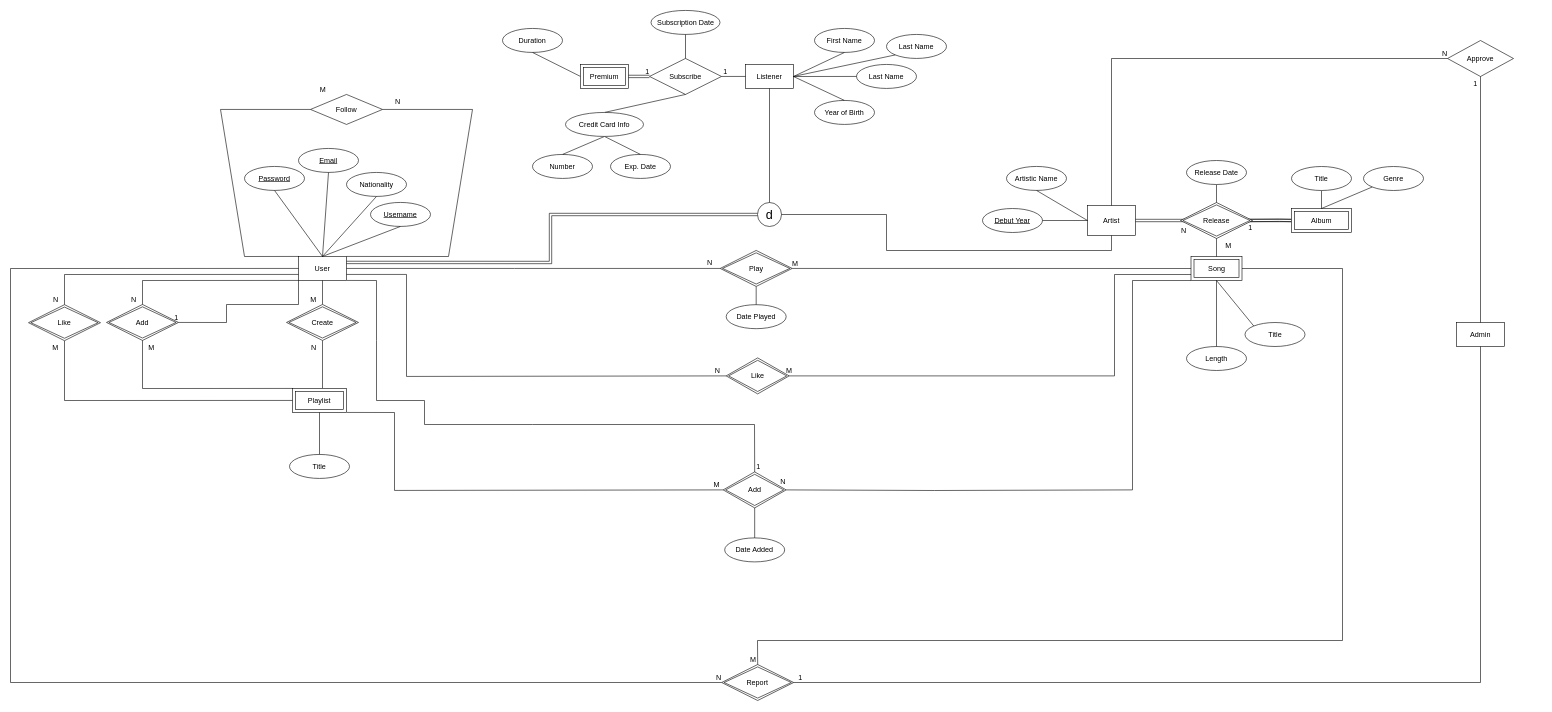
Above: ER Diagram.drawio in BehrouzGhamkhar/database-project (draw.io), before the change. Source tidied: cells renumbered, new cells numbered last; positions are measured from the earlier drawing's top-left corner, leaving out a move shared by most shapes. Both pictures are drawn from the tidied source at 60%, with x=0, y=0 at pixel (10, 10).
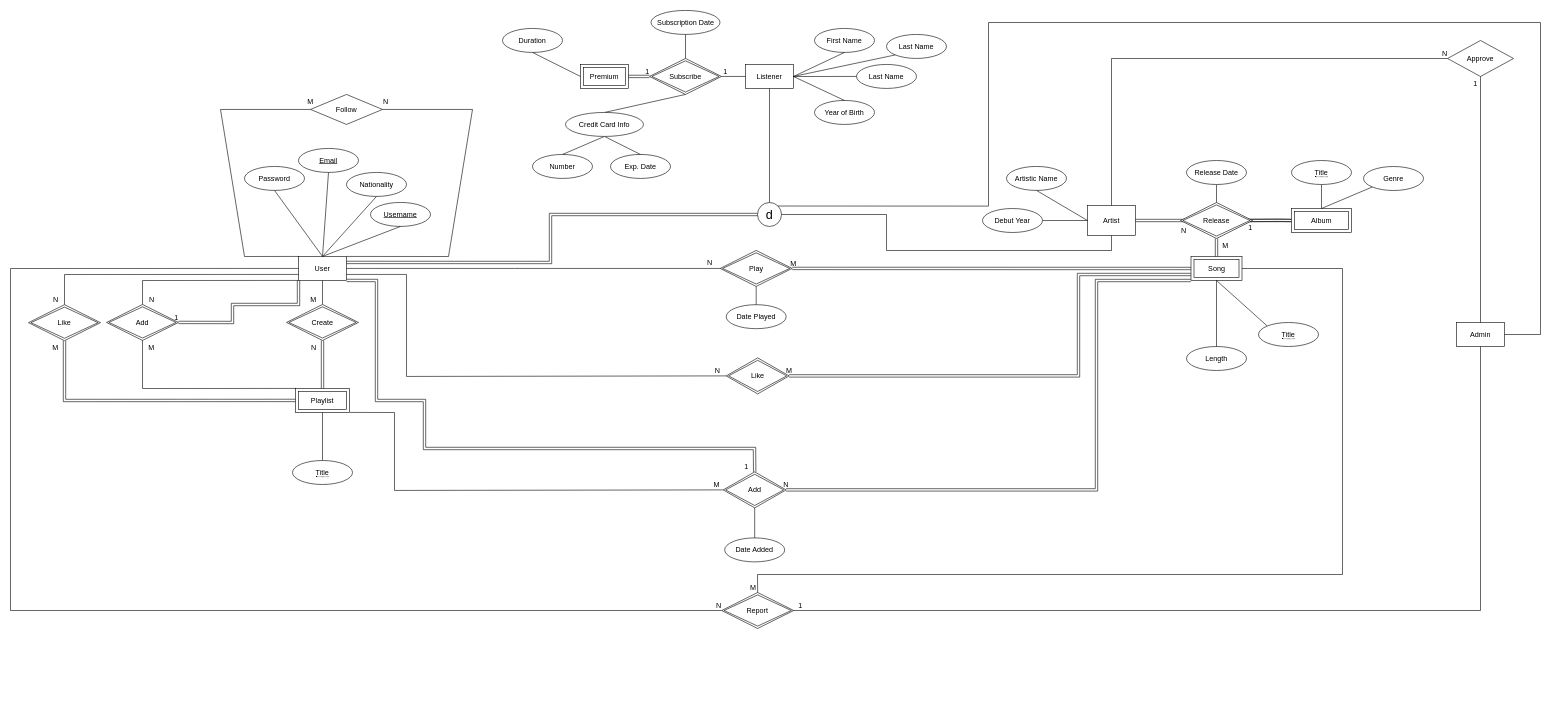
The same diagram, later.

Commit message:
The ER diagram was completed

Unchanged cells that the change refers to:
```xml
<mxCell id="2" value="Artist" style="whiteSpace=wrap;html=1;align=center;" parent="1" vertex="1">
  <mxGeometry x="1795" y="325" width="80" height="50" as="geometry" />
</mxCell>
<mxCell id="4" value="User" style="whiteSpace=wrap;html=1;align=center;" parent="1" vertex="1">
  <mxGeometry x="480" y="409.9" width="80" height="40" as="geometry" />
</mxCell>
<mxCell id="9" style="endArrow=none;html=1;rounded=0;shape=link;" parent="1" edge="1">
  <mxGeometry relative="1" as="geometry">
    <mxPoint x="2055" y="350" as="sourcePoint" />
    <mxPoint x="2135" y="350" as="targetPoint" />
    <Array as="points">
      <mxPoint x="2115" y="349.5" />
    </Array>
  </mxGeometry>
</mxCell>
<mxCell id="13" style="endArrow=none;html=1;rounded=0;entryX=0;entryY=0;entryDx=0;entryDy=0;exitX=0;exitY=0.5;exitDx=0;exitDy=0;" parent="1" edge="1" source="12" target="4">
  <mxGeometry relative="1" as="geometry">
    <Array as="points">
      <mxPoint x="350" y="164.9" />
      <mxPoint x="390" y="410" />
    </Array>
  </mxGeometry>
</mxCell>
<mxCell id="23" value="Admin" style="whiteSpace=wrap;html=1;align=center;" parent="1" vertex="1">
  <mxGeometry x="2410" y="520" width="80" height="40" as="geometry" />
</mxCell>
<mxCell id="46" value="Album" style="shape=ext;margin=3;double=1;whiteSpace=wrap;html=1;align=center;" parent="1" vertex="1">
  <mxGeometry x="2135" y="330" width="100" height="40" as="geometry" />
</mxCell>
<mxCell id="47" value="Add" style="shape=rhombus;double=1;perimeter=rhombusPerimeter;whiteSpace=wrap;html=1;align=center;" parent="1" vertex="1">
  <mxGeometry x="1187.8" y="769" width="105" height="60" as="geometry" />
</mxCell>
<mxCell id="48" value="Create" style="shape=rhombus;double=1;perimeter=rhombusPerimeter;whiteSpace=wrap;html=1;align=center;" parent="1" vertex="1">
  <mxGeometry x="460" y="489.9" width="120" height="60" as="geometry" />
</mxCell>
<mxCell id="49" value="Like" style="shape=rhombus;double=1;perimeter=rhombusPerimeter;whiteSpace=wrap;html=1;align=center;" parent="1" vertex="1">
  <mxGeometry x="30" y="490.3" width="120" height="60" as="geometry" />
</mxCell>
<mxCell id="50" value="Release" style="shape=rhombus;double=1;perimeter=rhombusPerimeter;whiteSpace=wrap;html=1;align=center;" parent="1" vertex="1">
  <mxGeometry x="1950" y="320" width="120" height="60" as="geometry" />
</mxCell>
<mxCell id="51" value="Song" style="shape=ext;margin=3;double=1;whiteSpace=wrap;html=1;align=center;" parent="1" vertex="1">
  <mxGeometry x="1967.5" y="410" width="85" height="40" as="geometry" />
</mxCell>
<mxCell id="52" value="Like" style="shape=rhombus;double=1;perimeter=rhombusPerimeter;whiteSpace=wrap;html=1;align=center;" parent="1" vertex="1">
  <mxGeometry x="1192.8" y="579" width="105" height="60" as="geometry" />
</mxCell>
<mxCell id="105" value="Add" style="shape=rhombus;double=1;perimeter=rhombusPerimeter;whiteSpace=wrap;html=1;align=center;" parent="1" vertex="1">
  <mxGeometry x="160" y="489.9" width="120" height="60" as="geometry" />
</mxCell>
<mxCell id="108" style="endArrow=none;html=1;rounded=0;entryX=0.5;entryY=0;entryDx=0;entryDy=0;exitX=0;exitY=1;exitDx=0;exitDy=0;" parent="1" edge="1" source="4" target="105">
  <mxGeometry relative="1" as="geometry">
    <Array as="points">
      <mxPoint x="220" y="450" />
    </Array>
  </mxGeometry>
</mxCell>
<mxCell id="119" value="&lt;font style=&quot;font-size: 21px&quot;&gt;d&lt;/font&gt;" style="ellipse;whiteSpace=wrap;html=1;align=center;" parent="1" vertex="1">
  <mxGeometry x="1245" y="320" width="40" height="40" as="geometry" />
</mxCell>
<mxCell id="123" value="Play" style="shape=rhombus;double=1;perimeter=rhombusPerimeter;whiteSpace=wrap;html=1;align=center;" parent="1" vertex="1">
  <mxGeometry x="1182.8" y="399.9" width="120" height="60" as="geometry" />
</mxCell>
```

Diff of the diagram source:
```diff
@@
-    <mxCell id="10" value="M" style="html=1;align=right;verticalAlign=bottom;" parent="9" vertex="1">
-      <mxGeometry x="1" relative="1" as="geometry">
-        <mxPoint x="-100" y="50" as="offset" />
-      </mxGeometry>
-    </mxCell>
@@
     <mxCell id="14" value="M" style="html=1;align=right;verticalAlign=bottom;" parent="13" vertex="1">
       <mxGeometry x="1" relative="1" as="geometry">
-        <mxPoint x="46" y="-270" as="offset" />
+        <mxPoint x="25.4" y="-249.9" as="offset" />
       </mxGeometry>
     </mxCell>
     <mxCell id="15" value="N" style="html=1;align=right;verticalAlign=bottom;" parent="1" vertex="1">
-      <mxGeometry x="660" y="139.9" as="geometry">
+      <mxGeometry x="640" y="139.9" as="geometry">
         <mxPoint x="-10" y="20" as="offset" />
       </mxGeometry>
     </mxCell>
@@
-    <mxCell id="18" style="endArrow=none;html=1;rounded=0;exitX=0.5;exitY=1;exitDx=0;exitDy=0;entryX=0.5;entryY=0;entryDx=0;entryDy=0;" parent="1" edge="1">
-      <mxGeometry relative="1" as="geometry">
-        <mxPoint x="520" y="549.9" as="sourcePoint" />
-        <mxPoint x="520" y="629.9" as="targetPoint" />
-      </mxGeometry>
-    </mxCell>
-    <mxCell id="19" value="N" style="html=1;align=right;verticalAlign=bottom;" parent="18" vertex="1">
-      <mxGeometry x="1" relative="1" as="geometry">
-        <mxPoint x="-10" y="-60" as="offset" />
-      </mxGeometry>
-    </mxCell>
-    <mxCell id="20" value="Subscribe" style="shape=rhombus;perimeter=rhombusPerimeter;whiteSpace=wrap;html=1;align=center;" parent="1" vertex="1">
-      <mxGeometry x="1065" y="79.9" width="120" height="60" as="geometry" />
-    </mxCell>
@@
-    <mxCell id="24" style="endArrow=none;html=1;rounded=0;entryX=1;entryY=0.5;entryDx=0;entryDy=0;exitX=0;exitY=0.5;exitDx=0;exitDy=0;" parent="1" edge="1" source="51" target="123">
-      <mxGeometry relative="1" as="geometry" />
-    </mxCell>
-    <mxCell id="25" value="M" style="html=1;align=right;verticalAlign=bottom;" parent="24" vertex="1">
-      <mxGeometry x="1" relative="1" as="geometry">
-        <mxPoint x="10.4" as="offset" />
-      </mxGeometry>
-    </mxCell>
@@
-    <mxCell id="28" style="endArrow=none;html=1;rounded=0;entryX=1;entryY=0.5;entryDx=0;entryDy=0;exitX=0;exitY=0.75;exitDx=0;exitDy=0;" parent="1" edge="1" source="51" target="52">
-      <mxGeometry relative="1" as="geometry">
-        <Array as="points">
-          <mxPoint x="1840" y="440" />
-          <mxPoint x="1840" y="609" />
-        </Array>
-      </mxGeometry>
-    </mxCell>
-    <mxCell id="29" value="M" style="html=1;align=right;verticalAlign=bottom;" parent="28" vertex="1">
-      <mxGeometry x="1" relative="1" as="geometry">
-        <mxPoint x="5.2" y="-0.1" as="offset" />
-      </mxGeometry>
-    </mxCell>
-    <mxCell id="30" style="endArrow=none;html=1;rounded=0;entryX=1;entryY=0.5;entryDx=0;entryDy=0;exitX=0;exitY=1;exitDx=0;exitDy=0;" parent="1" edge="1" source="51" target="47">
-      <mxGeometry relative="1" as="geometry">
-        <Array as="points">
-          <mxPoint x="1870" y="450" />
-          <mxPoint x="1870" y="799" />
-          <mxPoint x="1540" y="800" />
-        </Array>
-      </mxGeometry>
-    </mxCell>
-    <mxCell id="31" value="N" style="html=1;align=right;verticalAlign=bottom;" parent="30" vertex="1">
-      <mxGeometry x="1" relative="1" as="geometry">
-        <mxPoint x="-0.1" y="-4.9" as="offset" />
-      </mxGeometry>
-    </mxCell>
@@
-    <mxCell id="43" style="endArrow=none;html=1;rounded=0;entryX=0.5;entryY=1;entryDx=0;entryDy=0;exitX=0;exitY=0.5;exitDx=0;exitDy=0;" parent="1" edge="1" target="49">
-      <mxGeometry relative="1" as="geometry">
-        <mxPoint x="480" y="649.9" as="sourcePoint" />
-        <Array as="points">
-          <mxPoint x="90" y="650" />
-        </Array>
-      </mxGeometry>
-    </mxCell>
-    <mxCell id="44" value="M" style="html=1;align=right;verticalAlign=bottom;" parent="43" vertex="1">
-      <mxGeometry x="1" relative="1" as="geometry">
-        <mxPoint x="-10" y="20" as="offset" />
-      </mxGeometry>
-    </mxCell>
     <mxCell id="45" value="Playlist" style="shape=ext;margin=3;double=1;whiteSpace=wrap;html=1;align=center;" parent="1" vertex="1">
-      <mxGeometry x="470" y="629.9" width="90" height="40" as="geometry" />
+      <mxGeometry x="475" y="629.9" width="90" height="40" as="geometry" />
     </mxCell>
@@
-    <mxCell id="55" style="endArrow=none;html=1;rounded=0;entryX=0.5;entryY=0;entryDx=0;entryDy=0;exitX=0.5;exitY=1;exitDx=0;exitDy=0;" parent="1" edge="1" target="46">
-      <mxGeometry relative="1" as="geometry">
-        <mxPoint x="2185" y="300" as="sourcePoint" />
-      </mxGeometry>
+    <mxCell id="55" style="endArrow=none;html=1;rounded=0;entryX=0.5;entryY=0;entryDx=0;entryDy=0;exitX=0.5;exitY=1;exitDx=0;exitDy=0;" parent="1" edge="1" source="135" target="46">
+      <mxGeometry relative="1" as="geometry" />
     </mxCell>
@@
-    <mxCell id="57" value="Title" style="ellipse;whiteSpace=wrap;html=1;align=center;" parent="1" vertex="1">
-      <mxGeometry x="2135" y="260" width="100" height="40" as="geometry" />
-    </mxCell>
@@
-    <mxCell id="59" value="Title" style="ellipse;whiteSpace=wrap;html=1;align=center;" parent="1" vertex="1">
-      <mxGeometry x="2057.5" y="520" width="100" height="40" as="geometry" />
-    </mxCell>
-    <mxCell id="60" style="endArrow=none;html=1;rounded=0;entryX=0;entryY=0;entryDx=0;entryDy=0;exitX=0.5;exitY=1;exitDx=0;exitDy=0;" parent="1" edge="1" source="51" target="59">
+    <mxCell id="60" style="endArrow=none;html=1;rounded=0;entryX=0;entryY=0;entryDx=0;entryDy=0;exitX=0.5;exitY=1;exitDx=0;exitDy=0;" parent="1" edge="1" source="51" target="136">
       <mxGeometry relative="1" as="geometry" />
     </mxCell>
@@
-    <mxCell id="63" style="endArrow=none;html=1;rounded=0;entryX=0.5;entryY=1;entryDx=0;entryDy=0;exitX=0.5;exitY=0;exitDx=0;exitDy=0;" parent="1" edge="1" source="51" target="50">
-      <mxGeometry relative="1" as="geometry" />
-    </mxCell>
-    <mxCell id="64" value="Title" style="ellipse;whiteSpace=wrap;html=1;align=center;" parent="1" vertex="1">
-      <mxGeometry x="465" y="739.9" width="100" height="40" as="geometry" />
-    </mxCell>
-    <mxCell id="65" style="endArrow=none;html=1;rounded=0;entryX=0.5;entryY=0;entryDx=0;entryDy=0;exitX=0.5;exitY=1;exitDx=0;exitDy=0;" parent="1" edge="1" source="45" target="64">
+    <mxCell id="65" style="endArrow=none;html=1;rounded=0;entryX=0.5;entryY=0;entryDx=0;entryDy=0;exitX=0.5;exitY=1;exitDx=0;exitDy=0;" parent="1" edge="1" source="45" target="137">
       <mxGeometry relative="1" as="geometry" />
     </mxCell>
@@
-    <mxCell id="87" value="&lt;u&gt;Password&lt;/u&gt;" style="ellipse;whiteSpace=wrap;html=1;align=center;" parent="1" vertex="1">
+    <mxCell id="87" value="Password" style="ellipse;whiteSpace=wrap;html=1;align=center;" parent="1" vertex="1">
       <mxGeometry x="390" y="259.9" width="100" height="40" as="geometry" />
     </mxCell>
@@
-    <mxCell id="99" value="Debut Year" style="ellipse;whiteSpace=wrap;html=1;align=center;fontStyle=4;" parent="1" vertex="1">
-      <mxGeometry x="1620" y="330" width="100" height="40" as="geometry" />
-    </mxCell>
-    <mxCell id="100" style="endArrow=none;html=1;rounded=0;entryX=0;entryY=0.5;entryDx=0;entryDy=0;exitX=1;exitY=0.5;exitDx=0;exitDy=0;" parent="1" edge="1" source="99" target="2">
-      <mxGeometry relative="1" as="geometry" />
+    <mxCell id="100" style="endArrow=none;html=1;rounded=0;entryX=0;entryY=0.5;entryDx=0;entryDy=0;exitX=1;exitY=0.5;exitDx=0;exitDy=0;" parent="1" edge="1" target="2">
+      <mxGeometry relative="1" as="geometry">
+        <mxPoint x="1720" y="350" as="sourcePoint" />
+      </mxGeometry>
     </mxCell>
@@
-    <mxCell id="103" style="endArrow=none;html=1;rounded=0;entryX=0.5;entryY=0;entryDx=0;entryDy=0;exitX=1;exitY=1;exitDx=0;exitDy=0;" parent="1" edge="1" source="4" target="47">
-      <mxGeometry relative="1" as="geometry">
-        <Array as="points">
-          <mxPoint x="610" y="450" />
-          <mxPoint x="610" y="550" />
-          <mxPoint x="610" y="650" />
-          <mxPoint x="690" y="650" />
-          <mxPoint x="690" y="690" />
-          <mxPoint x="870" y="690" />
-          <mxPoint x="1240" y="690" />
-        </Array>
-      </mxGeometry>
-    </mxCell>
-    <mxCell id="104" value="1" style="html=1;align=right;verticalAlign=bottom;" parent="103" vertex="1">
-      <mxGeometry x="1" relative="1" as="geometry">
-        <mxPoint x="9.7" y="0.4" as="offset" />
-      </mxGeometry>
-    </mxCell>
@@
-    <mxCell id="106" style="endArrow=none;html=1;rounded=0;entryX=0;entryY=1;entryDx=0;entryDy=0;exitX=1;exitY=0.5;exitDx=0;exitDy=0;" parent="1" edge="1" source="105" target="4">
-      <mxGeometry relative="1" as="geometry">
-        <Array as="points">
-          <mxPoint x="360" y="520" />
-          <mxPoint x="360" y="490" />
-          <mxPoint x="480" y="490" />
-        </Array>
-      </mxGeometry>
-    </mxCell>
-    <mxCell id="107" value="1" style="html=1;align=right;verticalAlign=bottom;" parent="106" vertex="1">
-      <mxGeometry x="1" relative="1" as="geometry">
-        <mxPoint x="-200" y="70.5" as="offset" />
-      </mxGeometry>
-    </mxCell>
@@
     <mxCell id="109" value="N" style="html=1;align=right;verticalAlign=bottom;" parent="108" vertex="1">
       <mxGeometry x="1" relative="1" as="geometry">
-        <mxPoint x="-10" y="-0.1" as="offset" />
+        <mxPoint x="20" y="0.3" as="offset" />
       </mxGeometry>
     </mxCell>
@@
     <mxCell id="112" value="Report" style="shape=rhombus;double=1;perimeter=rhombusPerimeter;whiteSpace=wrap;html=1;align=center;" parent="1" vertex="1">
-      <mxGeometry x="1185.3" y="1090" width="120" height="60" as="geometry" />
+      <mxGeometry x="1185.3" y="970" width="120" height="60" as="geometry" />
     </mxCell>
     <mxCell id="113" style="endArrow=none;html=1;rounded=0;entryX=0;entryY=0.5;entryDx=0;entryDy=0;exitX=0;exitY=0.5;exitDx=0;exitDy=0;" parent="1" edge="1" source="4" target="112">
       <mxGeometry relative="1" as="geometry">
         <Array as="points">
           <mxPoint y="430" />
-          <mxPoint y="1120" />
+          <mxPoint y="1000" />
         </Array>
       </mxGeometry>
     </mxCell>
@@
     <mxCell id="115" style="endArrow=none;html=1;rounded=0;entryX=0.5;entryY=0;entryDx=0;entryDy=0;exitX=1;exitY=0.5;exitDx=0;exitDy=0;" parent="1" edge="1" source="51" target="112">
       <mxGeometry relative="1" as="geometry">
         <Array as="points">
           <mxPoint x="2220" y="430" />
-          <mxPoint x="2220" y="1050" />
-          <mxPoint x="1245" y="1050" />
+          <mxPoint x="2220" y="940" />
+          <mxPoint x="1245" y="940" />
         </Array>
       </mxGeometry>
     </mxCell>
@@
     <mxCell id="117" style="endArrow=none;html=1;rounded=0;entryX=1;entryY=0.5;entryDx=0;entryDy=0;exitX=0.5;exitY=1;exitDx=0;exitDy=0;" parent="1" edge="1" source="23" target="112">
       <mxGeometry relative="1" as="geometry">
         <Array as="points">
-          <mxPoint x="2450" y="1120" />
+          <mxPoint x="2450" y="1000" />
         </Array>
       </mxGeometry>
     </mxCell>
@@
+    <mxCell id="24" style="shape=link;html=1;rounded=0;entryX=1;entryY=0.5;entryDx=0;entryDy=0;exitX=0;exitY=0.5;exitDx=0;exitDy=0;" parent="1" edge="1" source="51" target="123">
+      <mxGeometry relative="1" as="geometry" />
+    </mxCell>
+    <mxCell id="124" value="M" style="html=1;align=right;verticalAlign=bottom;" parent="24" vertex="1">
+      <mxGeometry x="1" relative="1" as="geometry">
+        <mxPoint x="7.5" as="offset" />
+      </mxGeometry>
+    </mxCell>
+    <mxCell id="28" style="shape=link;html=1;rounded=0;entryX=1;entryY=0.5;entryDx=0;entryDy=0;exitX=0;exitY=0.75;exitDx=0;exitDy=0;" parent="1" edge="1" source="51" target="52">
+      <mxGeometry relative="1" as="geometry">
+        <Array as="points">
+          <mxPoint x="1780" y="440" />
+          <mxPoint x="1780" y="609" />
+        </Array>
+      </mxGeometry>
+    </mxCell>
+    <mxCell id="125" value="M" style="html=1;align=right;verticalAlign=bottom;" parent="28" vertex="1">
+      <mxGeometry x="1" relative="1" as="geometry">
+        <mxPoint x="5" as="offset" />
+      </mxGeometry>
+    </mxCell>
+    <mxCell id="103" style="shape=link;html=1;rounded=0;entryX=0.5;entryY=0;entryDx=0;entryDy=0;exitX=1;exitY=1;exitDx=0;exitDy=0;" parent="1" edge="1" source="4" target="47">
+      <mxGeometry relative="1" as="geometry">
+        <Array as="points">
+          <mxPoint x="610" y="450" />
+          <mxPoint x="610" y="650" />
+          <mxPoint x="690" y="650" />
+          <mxPoint x="690" y="730" />
+          <mxPoint x="1240" y="730" />
+        </Array>
+      </mxGeometry>
+    </mxCell>
+    <mxCell id="126" value="1" style="html=1;align=right;verticalAlign=bottom;" parent="103" vertex="1">
+      <mxGeometry x="1" relative="1" as="geometry">
+        <mxPoint x="-10.3" y="-0.3" as="offset" />
+      </mxGeometry>
+    </mxCell>
+    <mxCell id="30" style="shape=link;html=1;rounded=0;entryX=1;entryY=0.5;entryDx=0;entryDy=0;exitX=0;exitY=1;exitDx=0;exitDy=0;" parent="1" edge="1" source="51" target="47">
+      <mxGeometry relative="1" as="geometry">
+        <Array as="points">
+          <mxPoint x="1810" y="450" />
+          <mxPoint x="1810" y="799" />
+        </Array>
+      </mxGeometry>
+    </mxCell>
+    <mxCell id="127" value="N" style="html=1;align=right;verticalAlign=bottom;" parent="30" vertex="1">
+      <mxGeometry x="1" relative="1" as="geometry">
+        <mxPoint x="4.8" as="offset" />
+      </mxGeometry>
+    </mxCell>
+    <mxCell id="128" style="shape=link;html=1;rounded=0;entryX=0.5;entryY=1;entryDx=0;entryDy=0;exitX=0.5;exitY=0;exitDx=0;exitDy=0;" parent="1" edge="1" source="45" target="48">
+      <mxGeometry relative="1" as="geometry" />
+    </mxCell>
+    <mxCell id="129" value="N" style="html=1;align=right;verticalAlign=bottom;" parent="128" vertex="1">
+      <mxGeometry x="1" relative="1" as="geometry">
+        <mxPoint x="-10" y="20.1" as="offset" />
+      </mxGeometry>
+    </mxCell>
+    <mxCell id="130" style="shape=link;html=1;rounded=0;entryX=1;entryY=0.5;entryDx=0;entryDy=0;exitX=0;exitY=1;exitDx=0;exitDy=0;" parent="1" edge="1" source="4" target="105">
+      <mxGeometry relative="1" as="geometry">
+        <Array as="points">
+          <mxPoint x="480" y="490" />
+          <mxPoint x="370" y="490" />
+          <mxPoint x="370" y="520" />
+        </Array>
+      </mxGeometry>
+    </mxCell>
+    <mxCell id="131" value="1" style="html=1;align=right;verticalAlign=bottom;" parent="130" vertex="1">
+      <mxGeometry x="1" relative="1" as="geometry">
+        <mxPoint x="-0.1" as="offset" />
+      </mxGeometry>
+    </mxCell>
+    <mxCell id="132" style="shape=link;html=1;rounded=0;entryX=0.5;entryY=1;entryDx=0;entryDy=0;exitX=0;exitY=0.5;exitDx=0;exitDy=0;" parent="1" edge="1" source="45" target="49">
+      <mxGeometry relative="1" as="geometry">
+        <Array as="points">
+          <mxPoint x="90" y="650" />
+        </Array>
+      </mxGeometry>
+    </mxCell>
+    <mxCell id="133" value="M" style="html=1;align=right;verticalAlign=bottom;" parent="132" vertex="1">
+      <mxGeometry x="1" relative="1" as="geometry">
+        <mxPoint x="-10" y="20" as="offset" />
+      </mxGeometry>
+    </mxCell>
+    <mxCell id="20" value="Subscribe" style="shape=rhombus;double=1;perimeter=rhombusPerimeter;whiteSpace=wrap;html=1;align=center;" parent="1" vertex="1">
+      <mxGeometry x="1065" y="79.9" width="120" height="60" as="geometry" />
+    </mxCell>
+    <mxCell id="63" style="shape=link;html=1;rounded=0;entryX=0.5;entryY=1;entryDx=0;entryDy=0;exitX=0.5;exitY=0;exitDx=0;exitDy=0;" parent="1" edge="1" source="51" target="50">
+      <mxGeometry relative="1" as="geometry" />
+    </mxCell>
+    <mxCell id="134" value="M" style="html=1;align=right;verticalAlign=bottom;" parent="63" vertex="1">
+      <mxGeometry x="1" relative="1" as="geometry">
+        <mxPoint x="20" y="20.2" as="offset" />
+      </mxGeometry>
+    </mxCell>
+    <mxCell id="99" value="Debut Year" style="ellipse;whiteSpace=wrap;html=1;align=center;" parent="1" vertex="1">
+      <mxGeometry x="1620" y="330" width="100" height="40" as="geometry" />
+    </mxCell>
+    <mxCell id="135" value="&lt;span style=&quot;border-bottom: 1px dotted&quot;&gt;Title&lt;/span&gt;" style="ellipse;whiteSpace=wrap;html=1;align=center;" parent="1" vertex="1">
+      <mxGeometry x="2135" y="250" width="100" height="40" as="geometry" />
+    </mxCell>
+    <mxCell id="136" value="&lt;span style=&quot;border-bottom: 1px dotted&quot;&gt;Title&lt;/span&gt;" style="ellipse;whiteSpace=wrap;html=1;align=center;" parent="1" vertex="1">
+      <mxGeometry x="2080" y="520" width="100" height="40" as="geometry" />
+    </mxCell>
+    <mxCell id="137" value="&lt;span style=&quot;border-bottom: 1px dotted&quot;&gt;Title&lt;/span&gt;" style="ellipse;whiteSpace=wrap;html=1;align=center;" parent="1" vertex="1">
+      <mxGeometry x="470" y="750" width="100" height="40" as="geometry" />
+    </mxCell>
+    <mxCell id="138" style="endArrow=none;html=1;rounded=0;exitX=1;exitY=0;exitDx=0;exitDy=0;entryX=1;entryY=0.5;entryDx=0;entryDy=0;" parent="1" edge="1" source="119" target="23">
+      <mxGeometry relative="1" as="geometry">
+        <Array as="points">
+          <mxPoint x="1630" y="326" />
+          <mxPoint x="1630" y="20" />
+          <mxPoint x="2550" y="20" />
+          <mxPoint x="2550" y="540" />
+        </Array>
+      </mxGeometry>
+    </mxCell>
```
